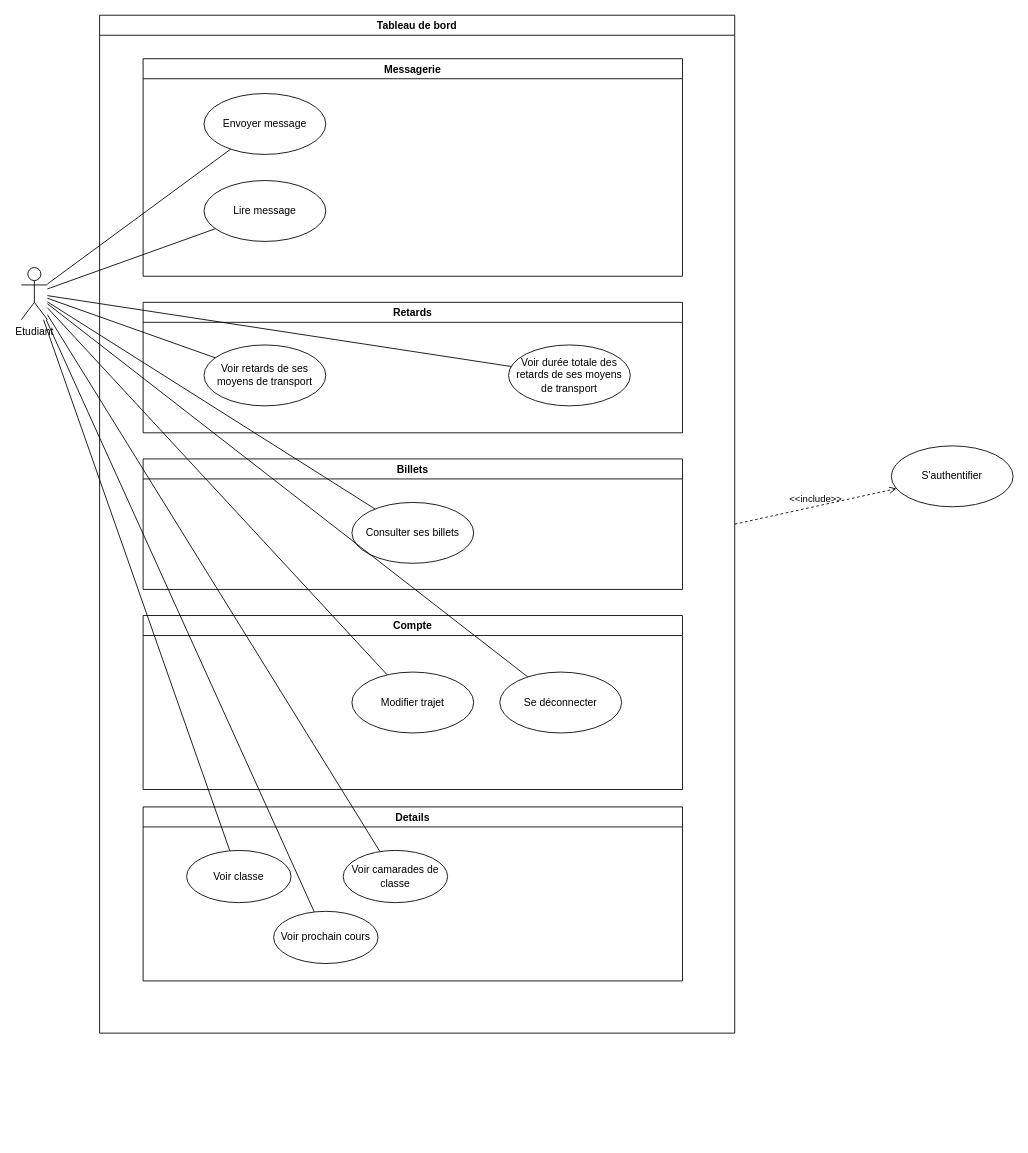
LePetitMoka/Retards-ecole keeps this draw.io diagram as DCU Etudiant.drawio. Above is the earlier version. Source tidied: cells renumbered, new cells numbered last; positions are measured from the earlier drawing's top-left corner, leaving out a move shared by most shapes. Both pictures are drawn from the tidied source at 87%, with x=0, y=0 at pixel (21, 15).
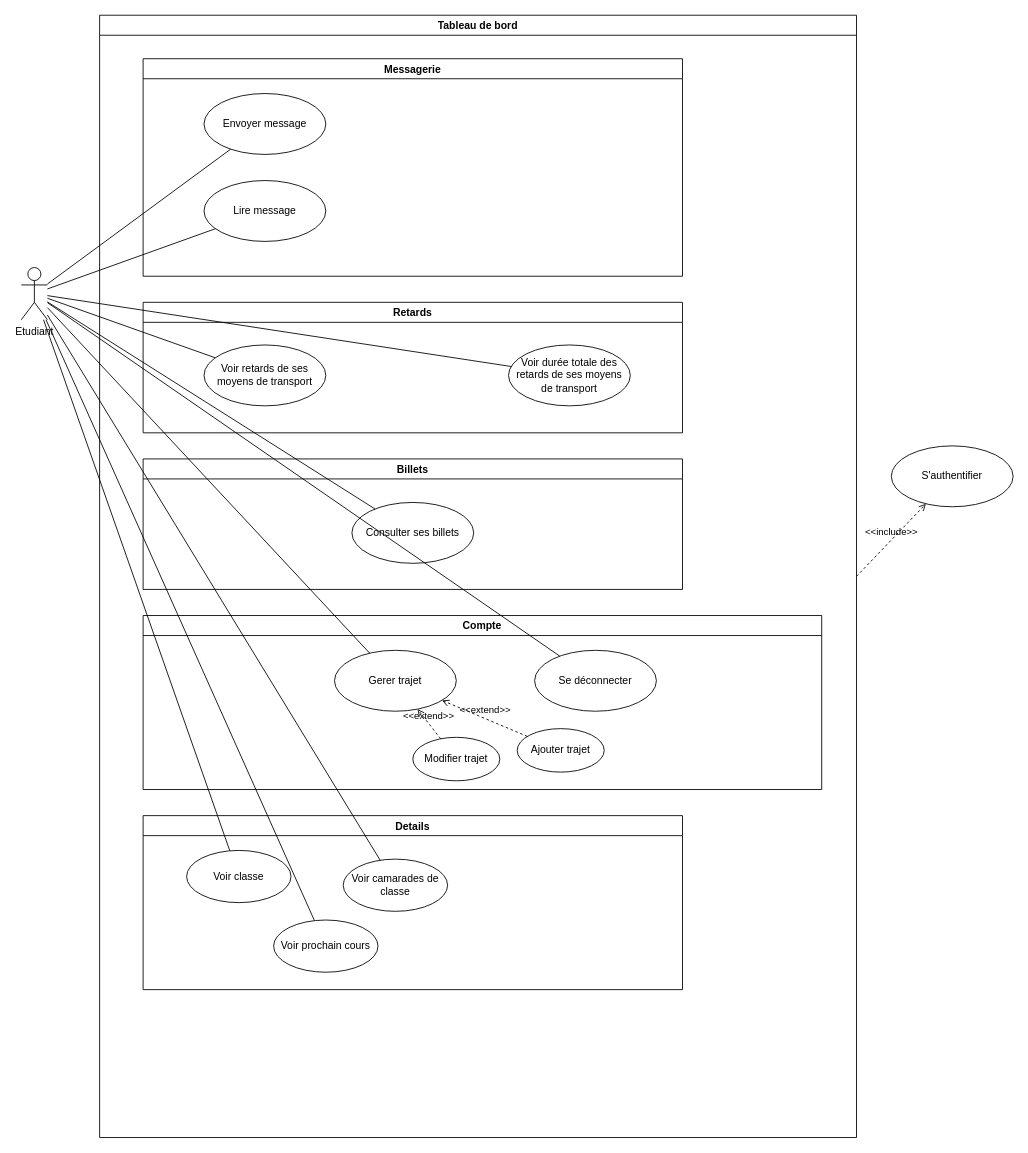
After the change.

Commit message:
Mettre à jour DCU Etudiant.drawio

Diff of the diagram source:
```diff
@@
     <mxCell id="3" value="Tableau de bord" style="swimlane;" parent="1" vertex="1">
-      <mxGeometry x="90" width="730" height="1170" as="geometry" />
+      <mxGeometry x="90" width="870" height="1290" as="geometry" />
     </mxCell>
@@
     <mxCell id="12" value="Compte" style="swimlane;" parent="3" vertex="1">
-      <mxGeometry x="50" y="690" width="620" height="200" as="geometry" />
+      <mxGeometry x="50" y="690" width="780" height="200" as="geometry" />
     </mxCell>
-    <mxCell id="13" value="&lt;div&gt;Modifier trajet&lt;/div&gt;" style="ellipse;whiteSpace=wrap;html=1;" parent="12" vertex="1">
-      <mxGeometry x="240" y="65" width="140" height="70" as="geometry" />
+    <mxCell id="13" value="Gerer trajet" style="ellipse;whiteSpace=wrap;html=1;" parent="12" vertex="1">
+      <mxGeometry x="220" y="40" width="140" height="70" as="geometry" />
     </mxCell>
     <mxCell id="14" value="Se déconnecter" style="ellipse;whiteSpace=wrap;html=1;" parent="12" vertex="1">
-      <mxGeometry x="410" y="65" width="140" height="70" as="geometry" />
+      <mxGeometry x="450" y="40" width="140" height="70" as="geometry" />
     </mxCell>
+    <mxCell id="31" value="&lt;div&gt;Ajouter trajet&lt;/div&gt;" style="ellipse;whiteSpace=wrap;html=1;" parent="12" vertex="1">
+      <mxGeometry x="430" y="130" width="100" height="50" as="geometry" />
+    </mxCell>
+    <mxCell id="32" value="&amp;lt;&amp;lt;extend&amp;gt;&amp;gt;" style="html=1;verticalAlign=bottom;labelBackgroundColor=none;endArrow=open;endFill=0;dashed=1;rounded=0;" parent="12" edge="1" source="31" target="13">
+      <mxGeometry relative="1" as="geometry" />
+    </mxCell>
+    <mxCell id="33" value="Modifier trajet" style="ellipse;whiteSpace=wrap;html=1;" parent="12" vertex="1">
+      <mxGeometry x="310" y="140" width="100" height="50" as="geometry" />
+    </mxCell>
+    <mxCell id="34" value="&amp;lt;&amp;lt;extend&amp;gt;&amp;gt;" style="html=1;verticalAlign=bottom;labelBackgroundColor=none;endArrow=open;endFill=0;dashed=1;rounded=0;" parent="12" edge="1" source="33" target="13">
+      <mxGeometry relative="1" as="geometry" />
+    </mxCell>
     <mxCell id="15" value="Details" style="swimlane;" parent="3" vertex="1">
-      <mxGeometry x="50" y="910" width="620" height="200" as="geometry" />
+      <mxGeometry x="50" y="920" width="620" height="200" as="geometry" />
     </mxCell>
```
